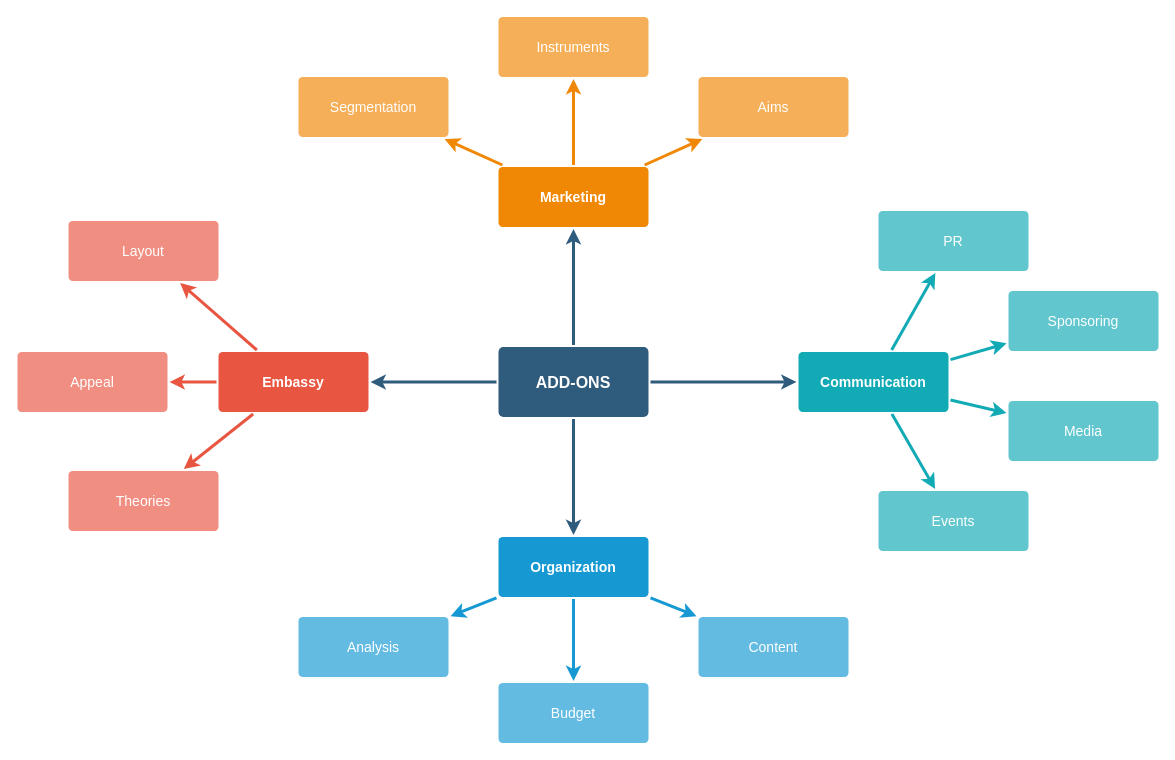
Above: Untitled Diagram.drawio in amerezoji1362/drawio-github (draw.io), before the change. Source tidied: cells renumbered, new cells numbered last; positions are measured from the earlier drawing's top-left corner, leaving out a move shared by most shapes. Both pictures are drawn from the tidied source at 100%, with x=0, y=0 at pixel (17, 16).
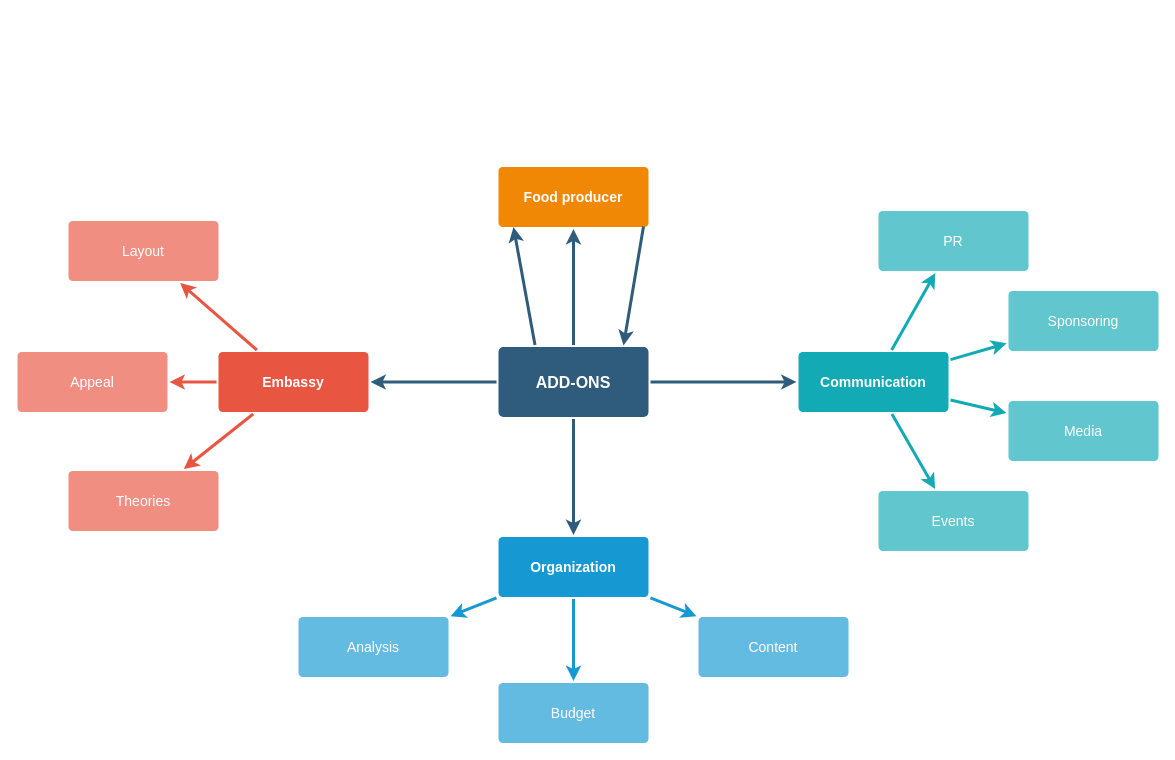
The same page after the edit.

Unchanged cells that the change refers to:
```xml
<mxCell id="6" value="ADD-ONS" style="rounded=1;whiteSpace=wrap;html=1;shadow=0;labelBackgroundColor=none;strokeColor=none;strokeWidth=3;fillColor=#2F5B7C;fontFamily=Helvetica;fontSize=16;fontColor=#FFFFFF;align=center;fontStyle=1;spacing=5;arcSize=7;perimeterSpacing=2;" parent="1" vertex="1">
  <mxGeometry x="481" y="330.5" width="150" height="70" as="geometry" />
</mxCell>
```

Diff of the diagram source:
```diff
@@
-    <mxCell id="21" value="Marketing" style="rounded=1;whiteSpace=wrap;html=1;shadow=0;labelBackgroundColor=none;strokeColor=none;strokeWidth=3;fillColor=#F08705;fontFamily=Helvetica;fontSize=14;fontColor=#FFFFFF;align=center;spacing=5;fontStyle=1;arcSize=7;perimeterSpacing=2;" parent="1" vertex="1">
+    <mxCell id="21" value="Food producer" style="rounded=1;whiteSpace=wrap;html=1;shadow=0;labelBackgroundColor=none;strokeColor=none;strokeWidth=3;fillColor=#F08705;fontFamily=Helvetica;fontSize=14;fontColor=#FFFFFF;align=center;spacing=5;fontStyle=1;arcSize=7;perimeterSpacing=2;" parent="1" vertex="1">
       <mxGeometry x="481" y="150.5" width="150" height="60" as="geometry" />
     </mxCell>
-    <mxCell id="22" value="Aims&lt;br&gt;" style="rounded=1;whiteSpace=wrap;html=1;shadow=0;labelBackgroundColor=none;strokeColor=none;strokeWidth=3;fillColor=#f5af58;fontFamily=Helvetica;fontSize=14;fontColor=#FFFFFF;align=center;spacing=5;arcSize=7;perimeterSpacing=2;" parent="1" vertex="1">
-      <mxGeometry x="681" y="60.5" width="150" height="60" as="geometry" />
-    </mxCell>
-    <mxCell id="23" style="edgeStyle=none;rounded=0;jumpStyle=none;html=1;shadow=0;labelBackgroundColor=none;startArrow=none;startFill=0;endArrow=classic;endFill=1;jettySize=auto;strokeColor=#F08705;strokeWidth=3;fontFamily=Helvetica;fontSize=14;fontColor=#FFFFFF;spacing=5;" parent="1" edge="1" source="21" target="22">
-      <mxGeometry relative="1" as="geometry" />
-    </mxCell>
-    <mxCell id="24" value="Instruments" style="rounded=1;whiteSpace=wrap;html=1;shadow=0;labelBackgroundColor=none;strokeColor=none;strokeWidth=3;fillColor=#f5af58;fontFamily=Helvetica;fontSize=14;fontColor=#FFFFFF;align=center;spacing=5;arcSize=7;perimeterSpacing=2;" parent="1" vertex="1">
-      <mxGeometry x="481" y="0.5" width="150" height="60" as="geometry" />
-    </mxCell>
-    <mxCell id="25" style="edgeStyle=none;rounded=0;jumpStyle=none;html=1;shadow=0;labelBackgroundColor=none;startArrow=none;startFill=0;endArrow=classic;endFill=1;jettySize=auto;strokeColor=#F08705;strokeWidth=3;fontFamily=Helvetica;fontSize=14;fontColor=#FFFFFF;spacing=5;" parent="1" edge="1" source="21" target="24">
-      <mxGeometry relative="1" as="geometry" />
-    </mxCell>
-    <mxCell id="26" value="Segmentation" style="rounded=1;whiteSpace=wrap;html=1;shadow=0;labelBackgroundColor=none;strokeColor=none;strokeWidth=3;fillColor=#f5af58;fontFamily=Helvetica;fontSize=14;fontColor=#FFFFFF;align=center;spacing=5;arcSize=7;perimeterSpacing=2;" parent="1" vertex="1">
-      <mxGeometry x="281" y="60.5" width="150" height="60" as="geometry" />
-    </mxCell>
-    <mxCell id="27" style="edgeStyle=none;rounded=0;jumpStyle=none;html=1;shadow=0;labelBackgroundColor=none;startArrow=none;startFill=0;endArrow=classic;endFill=1;jettySize=auto;strokeColor=#F08705;strokeWidth=3;fontFamily=Helvetica;fontSize=14;fontColor=#FFFFFF;spacing=5;" parent="1" edge="1" source="21" target="26">
-      <mxGeometry relative="1" as="geometry" />
-    </mxCell>
@@
+    <mxCell id="37" style="edgeStyle=none;rounded=0;jumpStyle=none;html=1;shadow=0;labelBackgroundColor=none;startArrow=none;startFill=0;endArrow=classic;endFill=1;jettySize=auto;orthogonalLoop=1;strokeColor=#2F5B7C;strokeWidth=3;fontFamily=Helvetica;fontSize=16;fontColor=#23445D;spacing=5;" parent="1" edge="1">
+      <mxGeometry relative="1" as="geometry">
+        <mxPoint x="626" y="210" as="sourcePoint" />
+        <mxPoint x="606" y="329" as="targetPoint" />
+      </mxGeometry>
+    </mxCell>
+    <mxCell id="38" style="edgeStyle=none;rounded=0;jumpStyle=none;html=1;shadow=0;labelBackgroundColor=none;startArrow=none;startFill=0;endArrow=classic;endFill=1;jettySize=auto;strokeColor=#2F5B7C;strokeWidth=3;fontFamily=Helvetica;fontSize=16;fontColor=#23445D;spacing=5;exitX=0.25;exitY=0;exitDx=0;exitDy=0;" parent="1" edge="1" source="6">
+      <mxGeometry relative="1" as="geometry">
+        <mxPoint x="496" y="210.5" as="targetPoint" />
+      </mxGeometry>
+    </mxCell>
```
